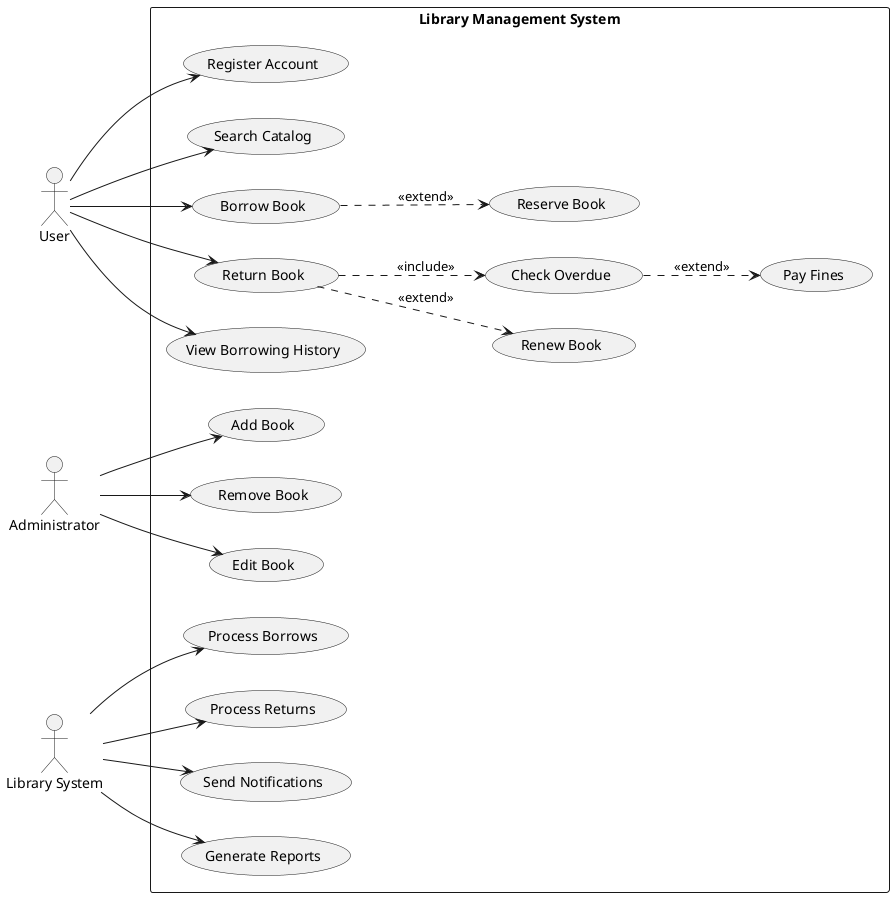
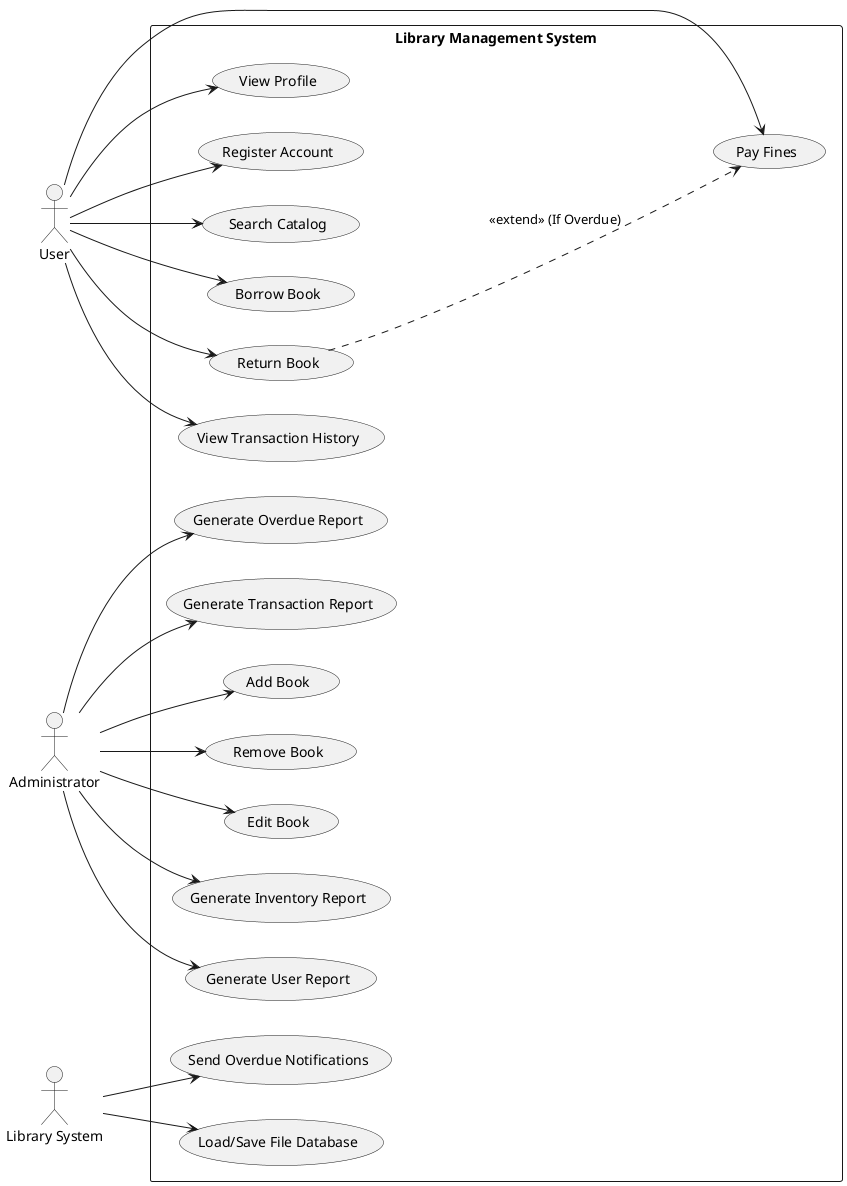
@startuml useCaseDiagram
left to right direction

actor "User" as U
actor "Administrator" as A
actor "Library System" as S

rectangle "Library Management System" {
  ' User Use Cases
  usecase "Register Account" as UC_Reg
  usecase "Search Catalog" as UC_Search
  usecase "Borrow Book" as UC_Borrow
  usecase "Return Book" as UC_Return
-   usecase "Reserve Book" as UC_Reserve
-   usecase "Renew Book" as UC_Renew
-   usecase "View Borrowing History" as UC_History
-   usecase "Check Overdue" as UC_Overdue
+   usecase "View Transaction History" as UC_History
  usecase "Pay Fines" as UC_Pay
+   usecase "View Profile" as UC_Profile

  ' Administrator Use Cases
  usecase "Add Book" as UC_Add
  usecase "Remove Book" as UC_Rem
  usecase "Edit Book" as UC_Edit
+   usecase "Generate Inventory Report" as UC_InvRep
+   usecase "Generate User Report" as UC_UserRep
+   usecase "Generate Overdue Report" as UC_OverdueRep
+   usecase "Generate Transaction Report" as UC_TxnRep

  ' System Use Cases
-   usecase "Process Borrows" as UC_ProcessBorrow
-   usecase "Process Returns" as UC_ProcessReturn
-   usecase "Send Notifications" as UC_Notify
-   usecase "Generate Reports" as UC_Report
+   usecase "Send Overdue Notifications" as UC_Notify
+   usecase "Load/Save File Database" as UC_Persist
}

' User interactions
U --> UC_Reg
U --> UC_Search
U --> UC_Borrow
U --> UC_Return
U --> UC_History
+ U --> UC_Pay
+ U --> UC_Profile

- ' Librarian interactions
+ ' Administrator interactions
A --> UC_Add
A --> UC_Rem
A --> UC_Edit
- 
+ A --> UC_InvRep
+ A --> UC_UserRep
+ A --> UC_OverdueRep
+ A --> UC_TxnRep

' System interactions
- S --> UC_ProcessBorrow
- S --> UC_ProcessReturn
S --> UC_Notify
- S --> UC_Report
+ S --> UC_Persist

' Relationships
- UC_Return ..> UC_Overdue : <<include>>
- UC_Overdue ..> UC_Pay : <<extend>>
- 
- UC_Borrow ..> UC_Reserve : <<extend>>
- UC_Return ..> UC_Renew : <<extend>>
+ UC_Return ....> UC_Pay : <<extend>> (If Overdue)
@enduml